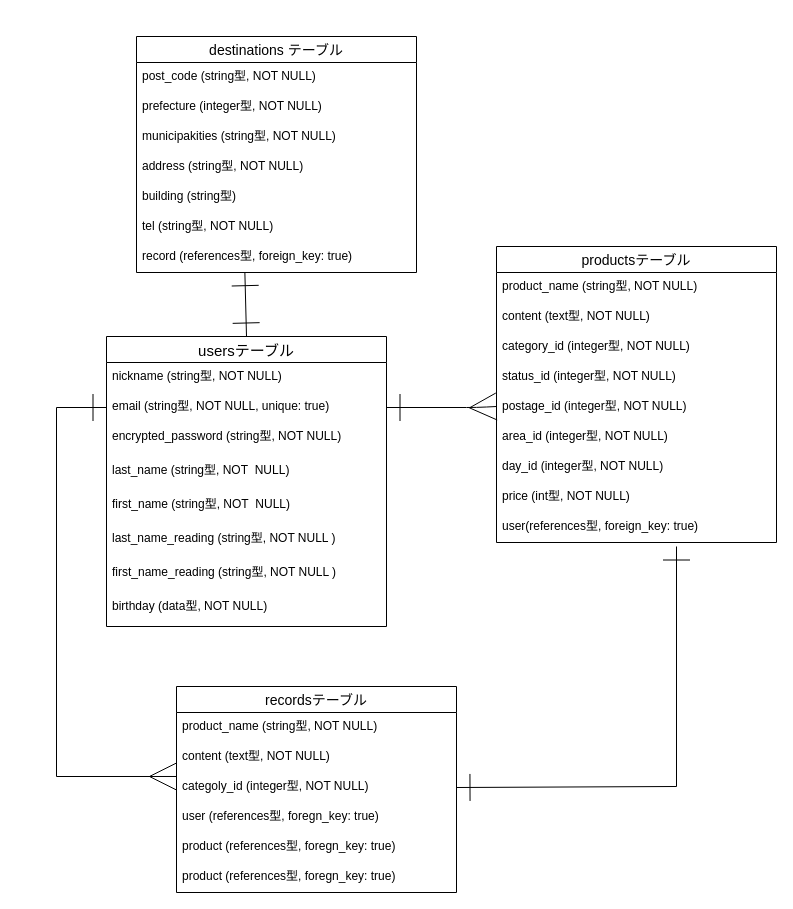
Earlier version of the draw.io diagram ER.dio (potato972/furima-36681). Source tidied: cells renumbered, new cells numbered last; positions are measured from the earlier drawing's top-left corner, leaving out a move shared by most shapes. Both pictures are drawn from the tidied source at 100%, with x=0, y=0 at pixel (56, 36).
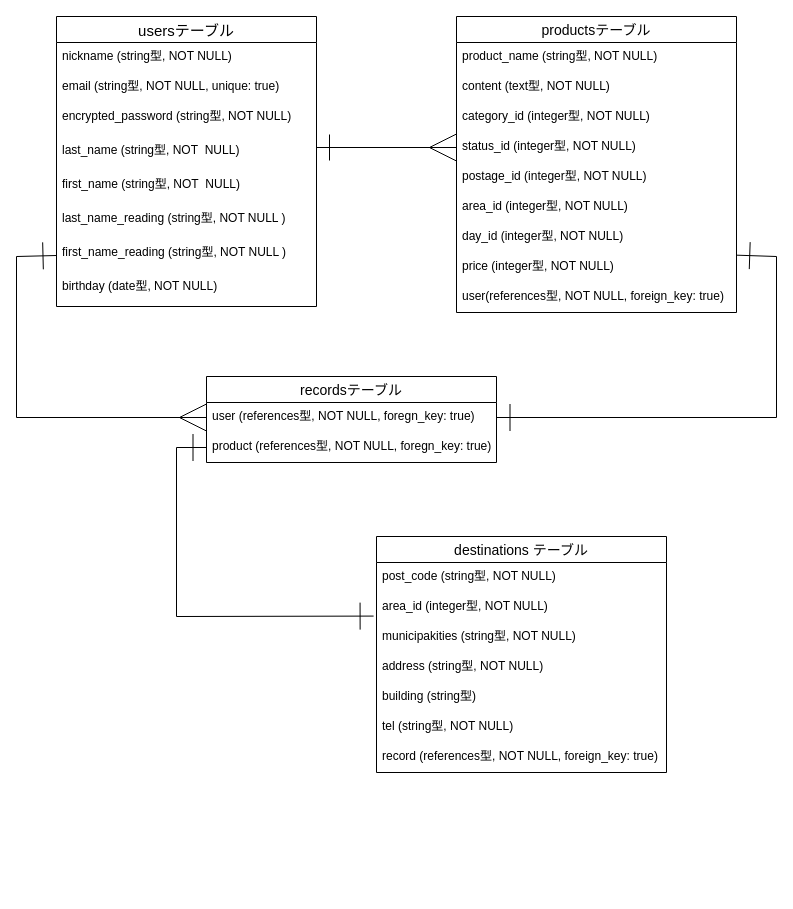
Above is the later version.

Commit message (it also covers changes not shown here):
ER,READ ME修正4

Unchanged cells that the change refers to:
```xml
<mxCell id="17" value="status_id (integer型, NOT NULL)" style="text;strokeColor=none;fillColor=none;spacingLeft=4;spacingRight=4;overflow=hidden;points=[[0,0.5],[1,0.5]];portConstraint=eastwest;fontSize=12;" parent="13" vertex="1">
  <mxGeometry y="116" width="280" height="30" as="geometry" />
</mxCell>
```

What changed in the source:
```diff
@@
-    <mxCell id="2" style="edgeStyle=none;rounded=0;html=1;exitX=0.5;exitY=0;exitDx=0;exitDy=0;entryX=0.387;entryY=0.989;entryDx=0;entryDy=0;entryPerimeter=0;startArrow=ERone;startFill=0;endArrow=ERone;endFill=0;startSize=25;endSize=25;" parent="1" edge="1" source="3" target="30">
-      <mxGeometry relative="1" as="geometry" />
-    </mxCell>
     <mxCell id="3" value="usersテーブル" style="swimlane;fontStyle=0;horizontal=1;startSize=26;align=center;fontSize=15;" parent="1" vertex="1">
-      <mxGeometry x="50" y="300" width="280" height="290" as="geometry" />
+      <mxGeometry y="-20" width="260" height="290" as="geometry" />
     </mxCell>
     <mxCell id="4" value="nickname (string型, NOT NULL)" style="text;strokeColor=none;fillColor=none;spacingLeft=4;spacingRight=4;overflow=hidden;fontSize=12;" parent="3" vertex="1">
-      <mxGeometry y="26" width="280" height="30" as="geometry" />
+      <mxGeometry y="26" width="260" height="30" as="geometry" />
     </mxCell>
     <mxCell id="5" value="email (string型, NOT NULL, unique: true) " style="text;strokeColor=none;fillColor=none;spacingLeft=4;spacingRight=4;overflow=hidden;points=[[0,0.5],[1,0.5]];portConstraint=eastwest;fontSize=12;" parent="3" vertex="1">
-      <mxGeometry y="56" width="280" height="30" as="geometry" />
+      <mxGeometry y="56" width="260" height="30" as="geometry" />
     </mxCell>
     <mxCell id="6" value="encrypted_password (string型, NOT NULL)&#10;&#10;" style="text;strokeColor=none;fillColor=none;spacingLeft=4;spacingRight=4;overflow=hidden;fontSize=12;" parent="3" vertex="1">
-      <mxGeometry y="86" width="280" height="34" as="geometry" />
+      <mxGeometry y="86" width="260" height="34" as="geometry" />
     </mxCell>
     <mxCell id="7" value="last_name (string型, NOT  NULL)" style="text;strokeColor=none;fillColor=none;spacingLeft=4;spacingRight=4;overflow=hidden;fontSize=12;" parent="3" vertex="1">
-      <mxGeometry y="120" width="280" height="34" as="geometry" />
+      <mxGeometry y="120" width="260" height="34" as="geometry" />
     </mxCell>
     <mxCell id="8" value="first_name (string型, NOT  NULL)" style="text;strokeColor=none;fillColor=none;spacingLeft=4;spacingRight=4;overflow=hidden;fontSize=12;" parent="3" vertex="1">
-      <mxGeometry y="154" width="280" height="34" as="geometry" />
+      <mxGeometry y="154" width="260" height="34" as="geometry" />
     </mxCell>
     <mxCell id="9" value="last_name_reading (string型, NOT NULL )" style="text;strokeColor=none;fillColor=none;spacingLeft=4;spacingRight=4;overflow=hidden;fontSize=12;" parent="3" vertex="1">
-      <mxGeometry y="188" width="280" height="34" as="geometry" />
+      <mxGeometry y="188" width="260" height="34" as="geometry" />
     </mxCell>
     <mxCell id="10" value="first_name_reading (string型, NOT NULL )" style="text;strokeColor=none;fillColor=none;spacingLeft=4;spacingRight=4;overflow=hidden;points=[[0,0.5],[1,0.5]];portConstraint=eastwest;fontSize=12;" parent="3" vertex="1">
-      <mxGeometry y="222" width="280" height="34" as="geometry" />
+      <mxGeometry y="222" width="260" height="34" as="geometry" />
     </mxCell>
-    <mxCell id="11" value="birthday (data型, NOT NULL)" style="text;strokeColor=none;fillColor=none;spacingLeft=4;spacingRight=4;overflow=hidden;fontSize=12;" parent="3" vertex="1">
-      <mxGeometry y="256" width="280" height="34" as="geometry" />
+    <mxCell id="11" value="birthday (date型, NOT NULL)" style="text;strokeColor=none;fillColor=none;spacingLeft=4;spacingRight=4;overflow=hidden;fontSize=12;" parent="3" vertex="1">
+      <mxGeometry y="256" width="260" height="34" as="geometry" />
     </mxCell>
@@
     <mxCell id="13" value="productsテーブル" style="swimlane;fontStyle=0;horizontal=1;startSize=26;align=center;fontSize=14;html=0;" parent="1" vertex="1">
-      <mxGeometry x="440" y="210" width="280" height="296" as="geometry" />
+      <mxGeometry x="400" y="-20" width="280" height="296" as="geometry" />
     </mxCell>
@@
-    <mxCell id="21" value="price (int型, NOT NULL)" style="text;strokeColor=none;fillColor=none;spacingLeft=4;spacingRight=4;overflow=hidden;points=[[0,0.5],[1,0.5]];portConstraint=eastwest;fontSize=12;" parent="13" vertex="1">
+    <mxCell id="21" value="price (integer型, NOT NULL)" style="text;strokeColor=none;fillColor=none;spacingLeft=4;spacingRight=4;overflow=hidden;points=[[0,0.5],[1,0.5]];portConstraint=eastwest;fontSize=12;" parent="13" vertex="1">
       <mxGeometry y="236" width="280" height="30" as="geometry" />
     </mxCell>
-    <mxCell id="22" value="user(references型, foreign_key: true)" style="text;strokeColor=none;fillColor=none;spacingLeft=4;spacingRight=4;overflow=hidden;fontSize=12;" parent="13" vertex="1">
+    <mxCell id="22" value="user(references型, NOT NULL, foreign_key: true)" style="text;strokeColor=none;fillColor=none;spacingLeft=4;spacingRight=4;overflow=hidden;fontSize=12;" parent="13" vertex="1">
       <mxGeometry y="266" width="280" height="30" as="geometry" />
     </mxCell>
     <mxCell id="23" value="destinations テーブル" style="swimlane;fontStyle=0;horizontal=1;startSize=26;align=center;fontSize=14;html=0;" parent="1" vertex="1">
-      <mxGeometry x="80" width="280" height="236" as="geometry" />
+      <mxGeometry x="320" y="500" width="290" height="236" as="geometry" />
     </mxCell>
     <mxCell id="24" value="post_code (string型, NOT NULL)" style="text;strokeColor=none;fillColor=none;spacingLeft=4;spacingRight=4;overflow=hidden;fontSize=12;" parent="23" vertex="1">
-      <mxGeometry y="26" width="280" height="30" as="geometry" />
+      <mxGeometry y="26" width="290" height="30" as="geometry" />
     </mxCell>
-    <mxCell id="25" value="prefecture (integer型, NOT NULL)" style="text;strokeColor=none;fillColor=none;spacingLeft=4;spacingRight=4;overflow=hidden;fontSize=12;" parent="23" vertex="1">
-      <mxGeometry y="56" width="280" height="30" as="geometry" />
+    <mxCell id="25" value="area_id (integer型, NOT NULL)" style="text;strokeColor=none;fillColor=none;spacingLeft=4;spacingRight=4;overflow=hidden;fontSize=12;" parent="23" vertex="1">
+      <mxGeometry y="56" width="290" height="30" as="geometry" />
     </mxCell>
     <mxCell id="26" value="municipakities (string型, NOT NULL)" style="text;strokeColor=none;fillColor=none;spacingLeft=4;spacingRight=4;overflow=hidden;points=[[0,0.5],[1,0.5]];portConstraint=eastwest;fontSize=12;" parent="23" vertex="1">
-      <mxGeometry y="86" width="280" height="30" as="geometry" />
+      <mxGeometry y="86" width="290" height="30" as="geometry" />
     </mxCell>
     <mxCell id="27" value="address (string型, NOT NULL)" style="text;strokeColor=none;fillColor=none;spacingLeft=4;spacingRight=4;overflow=hidden;fontSize=12;" parent="23" vertex="1">
-      <mxGeometry y="116" width="280" height="30" as="geometry" />
+      <mxGeometry y="116" width="290" height="30" as="geometry" />
     </mxCell>
     <mxCell id="28" value="building (string型)" style="text;strokeColor=none;fillColor=none;spacingLeft=4;spacingRight=4;overflow=hidden;fontSize=12;" parent="23" vertex="1">
-      <mxGeometry y="146" width="280" height="30" as="geometry" />
+      <mxGeometry y="146" width="290" height="30" as="geometry" />
     </mxCell>
     <mxCell id="29" value="tel (string型, NOT NULL)" style="text;strokeColor=none;fillColor=none;spacingLeft=4;spacingRight=4;overflow=hidden;fontSize=12;" parent="23" vertex="1">
-      <mxGeometry y="176" width="280" height="30" as="geometry" />
+      <mxGeometry y="176" width="290" height="30" as="geometry" />
     </mxCell>
-    <mxCell id="30" value="record (references型, foreign_key: true)" style="text;strokeColor=none;fillColor=none;spacingLeft=4;spacingRight=4;overflow=hidden;points=[[0,0.5],[1,0.5]];portConstraint=eastwest;fontSize=12;" parent="23" vertex="1">
-      <mxGeometry y="206" width="280" height="30" as="geometry" />
+    <mxCell id="30" value="record (references型, NOT NULL, foreign_key: true)" style="text;strokeColor=none;fillColor=none;spacingLeft=4;spacingRight=4;overflow=hidden;points=[[0,0.5],[1,0.5]];portConstraint=eastwest;fontSize=12;" parent="23" vertex="1">
+      <mxGeometry y="206" width="290" height="30" as="geometry" />
     </mxCell>
     <mxCell id="31" value="recordsテーブル" style="swimlane;fontStyle=0;horizontal=1;startSize=26;align=center;fontSize=14;" parent="1" vertex="1">
-      <mxGeometry x="120" y="650" width="280" height="206" as="geometry" />
+      <mxGeometry x="150" y="340" width="290" height="86" as="geometry" />
     </mxCell>
-    <mxCell id="32" value="product_name (string型, NOT NULL)" style="text;strokeColor=none;fillColor=none;spacingLeft=4;spacingRight=4;overflow=hidden;fontSize=12;" parent="31" vertex="1">
-      <mxGeometry y="26" width="280" height="30" as="geometry" />
-    </mxCell>
-    <mxCell id="33" value="content (text型, NOT NULL)" style="text;strokeColor=none;fillColor=none;spacingLeft=4;spacingRight=4;overflow=hidden;points=[[0,0.5],[1,0.5]];portConstraint=eastwest;fontSize=12;" parent="31" vertex="1">
-      <mxGeometry y="56" width="280" height="30" as="geometry" />
-    </mxCell>
-    <mxCell id="34" value="categoly_id (integer型, NOT NULL)" style="text;strokeColor=none;fillColor=none;spacingLeft=4;spacingRight=4;overflow=hidden;points=[[0,0.5],[1,0.5]];portConstraint=eastwest;fontSize=12;" parent="31" vertex="1">
-      <mxGeometry y="86" width="280" height="30" as="geometry" />
-    </mxCell>
-    <mxCell id="35" value="user (references型, foregn_key: true)" style="text;strokeColor=none;fillColor=none;spacingLeft=4;spacingRight=4;overflow=hidden;points=[[0,0.5],[1,0.5]];portConstraint=eastwest;fontSize=12;" parent="31" vertex="1">
-      <mxGeometry y="116" width="280" height="30" as="geometry" />
+    <mxCell id="35" value="user (references型, NOT NULL, foregn_key: true)" style="text;strokeColor=none;fillColor=none;spacingLeft=4;spacingRight=4;overflow=hidden;points=[[0,0.5],[1,0.5]];portConstraint=eastwest;fontSize=12;" parent="31" vertex="1">
+      <mxGeometry y="26" width="290" height="30" as="geometry" />
     </mxCell>
-    <mxCell id="36" value="product (references型, foregn_key: true)" style="text;strokeColor=none;fillColor=none;spacingLeft=4;spacingRight=4;overflow=hidden;points=[[0,0.5],[1,0.5]];portConstraint=eastwest;fontSize=12;" parent="31" vertex="1">
-      <mxGeometry y="146" width="280" height="30" as="geometry" />
+    <mxCell id="36" value="product (references型, NOT NULL, foregn_key: true)" style="text;strokeColor=none;fillColor=none;spacingLeft=4;spacingRight=4;overflow=hidden;points=[[0,0.5],[1,0.5]];portConstraint=eastwest;fontSize=12;" parent="31" vertex="1">
+      <mxGeometry y="56" width="290" height="30" as="geometry" />
     </mxCell>
-    <mxCell id="37" value="product (references型, foregn_key: true)" style="text;strokeColor=none;fillColor=none;spacingLeft=4;spacingRight=4;overflow=hidden;fontSize=12;" parent="31" vertex="1">
-      <mxGeometry y="176" width="280" height="30" as="geometry" />
-    </mxCell>
-    <mxCell id="38" style="edgeStyle=none;html=1;exitX=1;exitY=0.5;exitDx=0;exitDy=0;endArrow=ERmany;endFill=0;startArrow=ERone;startFill=0;endSize=25;startSize=25;" parent="1" edge="1" source="5">
-      <mxGeometry relative="1" as="geometry">
-        <mxPoint x="440" y="370" as="targetPoint" />
-        <Array as="points">
-          <mxPoint x="420" y="371" />
-        </Array>
-      </mxGeometry>
-    </mxCell>
-    <mxCell id="39" style="edgeStyle=none;html=1;exitX=0;exitY=0.5;exitDx=0;exitDy=0;entryX=0;entryY=1.133;entryDx=0;entryDy=0;startArrow=ERone;startFill=0;endArrow=ERmany;endFill=0;startSize=25;endSize=25;rounded=0;entryPerimeter=0;" parent="1" edge="1" source="5" target="33">
-      <mxGeometry relative="1" as="geometry">
-        <Array as="points">
-          <mxPoint y="371" />
-          <mxPoint y="740" />
-        </Array>
-      </mxGeometry>
-    </mxCell>
-    <mxCell id="40" style="edgeStyle=none;rounded=0;html=1;exitX=1;exitY=0.5;exitDx=0;exitDy=0;startArrow=ERone;startFill=0;endArrow=ERone;endFill=0;startSize=25;endSize=25;" parent="1" edge="1" source="34">
-      <mxGeometry relative="1" as="geometry">
-        <mxPoint x="620" y="510" as="targetPoint" />
-        <Array as="points">
-          <mxPoint x="620" y="750" />
-        </Array>
-      </mxGeometry>
-    </mxCell>
+    <mxCell id="41" style="edgeStyle=none;html=1;entryX=0;entryY=0.5;entryDx=0;entryDy=0;startArrow=ERone;startFill=0;endArrow=ERmany;endFill=0;endSize=25;startSize=24;" parent="1" edge="1" target="17">
+      <mxGeometry relative="1" as="geometry">
+        <mxPoint x="260" y="111" as="sourcePoint" />
+      </mxGeometry>
+    </mxCell>
+    <mxCell id="42" style="edgeStyle=none;html=1;entryX=0;entryY=0.5;entryDx=0;entryDy=0;startArrow=ERone;startFill=0;endArrow=ERmany;endFill=0;startSize=25;endSize=25;exitX=0;exitY=0.5;exitDx=0;exitDy=0;rounded=0;" parent="1" edge="1" source="10" target="35">
+      <mxGeometry relative="1" as="geometry">
+        <Array as="points">
+          <mxPoint x="-40" y="220" />
+          <mxPoint x="-40" y="381" />
+        </Array>
+      </mxGeometry>
+    </mxCell>
+    <mxCell id="43" style="edgeStyle=none;rounded=0;html=1;exitX=0.999;exitY=0.089;exitDx=0;exitDy=0;entryX=1;entryY=0.5;entryDx=0;entryDy=0;startArrow=ERone;startFill=0;endArrow=ERone;endFill=0;startSize=25;endSize=25;exitPerimeter=0;" parent="1" edge="1" source="21" target="35">
+      <mxGeometry relative="1" as="geometry">
+        <Array as="points">
+          <mxPoint x="720" y="220" />
+          <mxPoint x="720" y="381" />
+        </Array>
+      </mxGeometry>
+    </mxCell>
+    <mxCell id="44" style="edgeStyle=none;rounded=0;html=1;exitX=0;exitY=0.5;exitDx=0;exitDy=0;entryX=-0.01;entryY=-0.214;entryDx=0;entryDy=0;entryPerimeter=0;startArrow=ERone;startFill=0;endArrow=ERone;endFill=0;startSize=25;endSize=25;" parent="1" edge="1" source="36" target="26">
+      <mxGeometry relative="1" as="geometry">
+        <Array as="points">
+          <mxPoint x="120" y="411" />
+          <mxPoint x="120" y="580" />
+        </Array>
+      </mxGeometry>
+    </mxCell>
```
